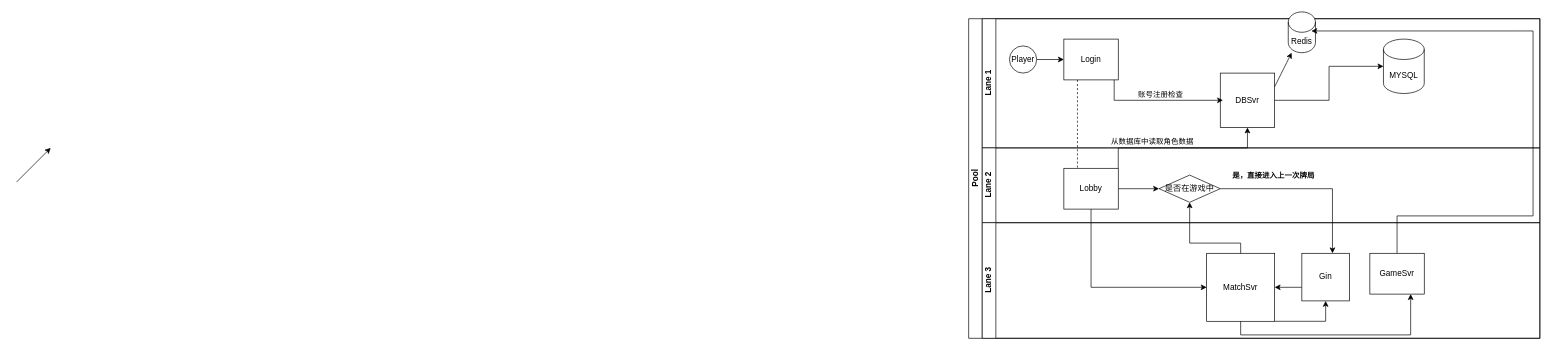
The draw.io diagram Untitled Diagram.drawio in bactq/cmder, before the edit. Source tidied: cells renumbered, new cells numbered last; positions are measured from the earlier drawing's top-left corner, leaving out a move shared by most shapes. Both pictures are drawn from the tidied source at 68%, with x=0, y=0 at pixel (16, 12).
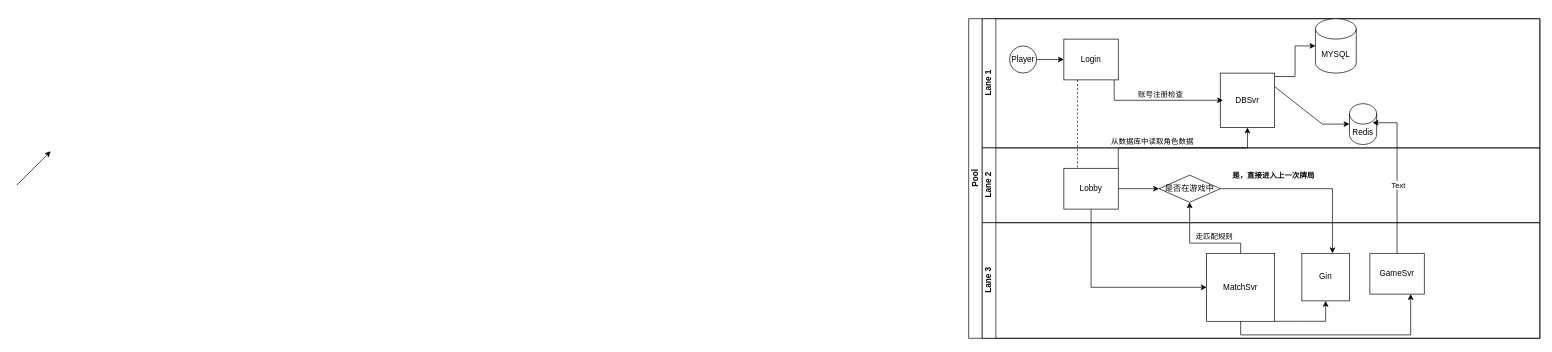
The same page after the edit.

Unchanged cells that the change refers to:
```xml
<mxCell id="2" value="Pool" style="swimlane;html=1;horizontal=0;startSize=20;" parent="1" vertex="1">
  <mxGeometry x="1400" y="10" width="840" height="470" as="geometry" />
</mxCell>
<mxCell id="5" value="Lane 1" style="swimlane;html=1;startSize=20;horizontal=0;" parent="2" vertex="1">
  <mxGeometry x="20" width="820" height="190" as="geometry" />
</mxCell>
<mxCell id="9" value="DBSvr&lt;br&gt;" style="whiteSpace=wrap;html=1;" parent="5" vertex="1">
  <mxGeometry x="350" y="80" width="80" height="80" as="geometry" />
</mxCell>
<mxCell id="18" value="Lane 3" style="swimlane;html=1;startSize=20;horizontal=0;" parent="2" vertex="1">
  <mxGeometry x="20" y="300" width="820" height="170" as="geometry" />
</mxCell>
<mxCell id="20" value="Gin" style="whiteSpace=wrap;html=1;" parent="18" vertex="1">
  <mxGeometry x="470" y="45" width="70" height="70" as="geometry" />
</mxCell>
<mxCell id="22" value="MatchSvr&lt;br&gt;" style="whiteSpace=wrap;html=1;" parent="18" vertex="1">
  <mxGeometry x="330" y="45" width="100" height="100" as="geometry" />
</mxCell>
<mxCell id="23" value="GameSvr&lt;br&gt;" style="rounded=0;whiteSpace=wrap;html=1;fontFamily=Helvetica;fontSize=12;fontColor=#000000;align=center;" parent="18" vertex="1">
  <mxGeometry x="570" y="45" width="80" height="60" as="geometry" />
</mxCell>
<mxCell id="30" style="edgeStyle=orthogonalEdgeStyle;rounded=0;jettySize=auto;html=1;entryX=0.5;entryY=1;entryDx=0;entryDy=0;" parent="2" edge="1" source="22" target="17">
  <mxGeometry relative="1" as="geometry">
    <Array as="points">
      <mxPoint x="325" y="330" />
    </Array>
  </mxGeometry>
</mxCell>
```

Change to the diagram source:
```diff
@@
     <mxCell id="10" value="Redis" style="shape=cylinder3;whiteSpace=wrap;html=1;boundedLbl=1;backgroundOutline=1;size=15;" parent="5" vertex="1">
-      <mxGeometry x="450" y="-10" width="40" height="60" as="geometry" />
+      <mxGeometry x="540" y="125" width="40" height="60" as="geometry" />
     </mxCell>
     <mxCell id="11" style="endArrow=classic;html=1;rounded=0;exitX=1;exitY=0.25;exitDx=0;exitDy=0;" parent="5" edge="1" source="9" target="10">
-      <mxGeometry relative="1" as="geometry" />
+      <mxGeometry relative="1" as="geometry">
+        <Array as="points">
+          <mxPoint x="500" y="155" />
+        </Array>
+      </mxGeometry>
     </mxCell>
@@
+    <mxCell id="31" value="MYSQL" style="shape=cylinder3;whiteSpace=wrap;html=1;boundedLbl=1;backgroundOutline=1;size=15;" parent="5" vertex="1">
+      <mxGeometry x="490" width="60" height="80" as="geometry" />
+    </mxCell>
+    <mxCell id="32" style="edgeStyle=orthogonalEdgeStyle;rounded=0;jettySize=auto;html=1;" parent="5" edge="1" source="9" target="31">
+      <mxGeometry relative="1" as="geometry">
+        <Array as="points">
+          <mxPoint x="460" y="85" />
+          <mxPoint x="460" y="40" />
+        </Array>
+      </mxGeometry>
+    </mxCell>
@@
-    <mxCell id="19" style="edgeStyle=orthogonalEdgeStyle;rounded=0;jettySize=auto;html=1;" parent="18" edge="1" source="20" target="22">
-      <mxGeometry relative="1" as="geometry">
-        <Array as="points">
-          <mxPoint x="460" y="95" />
-          <mxPoint x="460" y="95" />
-        </Array>
-      </mxGeometry>
-    </mxCell>
@@
     <mxCell id="29" style="edgeStyle=orthogonalEdgeStyle;rounded=0;jettySize=auto;html=1;endArrow=classic;endFill=1;entryX=0.85;entryY=0.467;entryDx=0;entryDy=0;entryPerimeter=0;" parent="2" edge="1" source="23" target="10">
       <mxGeometry relative="1" as="geometry">
         <Array as="points">
-          <mxPoint x="830" y="290" />
-          <mxPoint x="830" y="18" />
+          <mxPoint x="630" y="153" />
         </Array>
       </mxGeometry>
     </mxCell>
+    <mxCell id="34" value="Text" style="edgeLabel;html=1;align=center;verticalAlign=middle;" parent="29" vertex="1">
+      <mxGeometry x="-0.11" y="-1" relative="1" as="geometry" />
+    </mxCell>
@@
-    <mxCell id="31" value="MYSQL" style="shape=cylinder3;whiteSpace=wrap;html=1;boundedLbl=1;backgroundOutline=1;size=15;" parent="1" vertex="1">
-      <mxGeometry x="2010" y="40" width="60" height="80" as="geometry" />
-    </mxCell>
-    <mxCell id="32" style="edgeStyle=orthogonalEdgeStyle;rounded=0;jettySize=auto;html=1;" parent="1" edge="1" source="9" target="31">
-      <mxGeometry relative="1" as="geometry" />
-    </mxCell>
+    <mxCell id="35" value="走匹配规则" style="edgeLabel;html=1;align=center;verticalAlign=middle;" parent="30" vertex="1">
+      <mxGeometry x="0.25" y="-3" relative="1" as="geometry">
+        <mxPoint x="32" y="-6" as="offset" />
+      </mxGeometry>
+    </mxCell>
     <mxCell id="33" style="endArrow=classic;html=1;rounded=0;" parent="1" edge="1">
       <mxGeometry relative="1" as="geometry">
-        <mxPoint y="250" as="sourcePoint" />
-        <mxPoint x="50" y="200" as="targetPoint" />
+        <mxPoint y="255" as="sourcePoint" />
+        <mxPoint x="50" y="205" as="targetPoint" />
       </mxGeometry>
     </mxCell>
```
